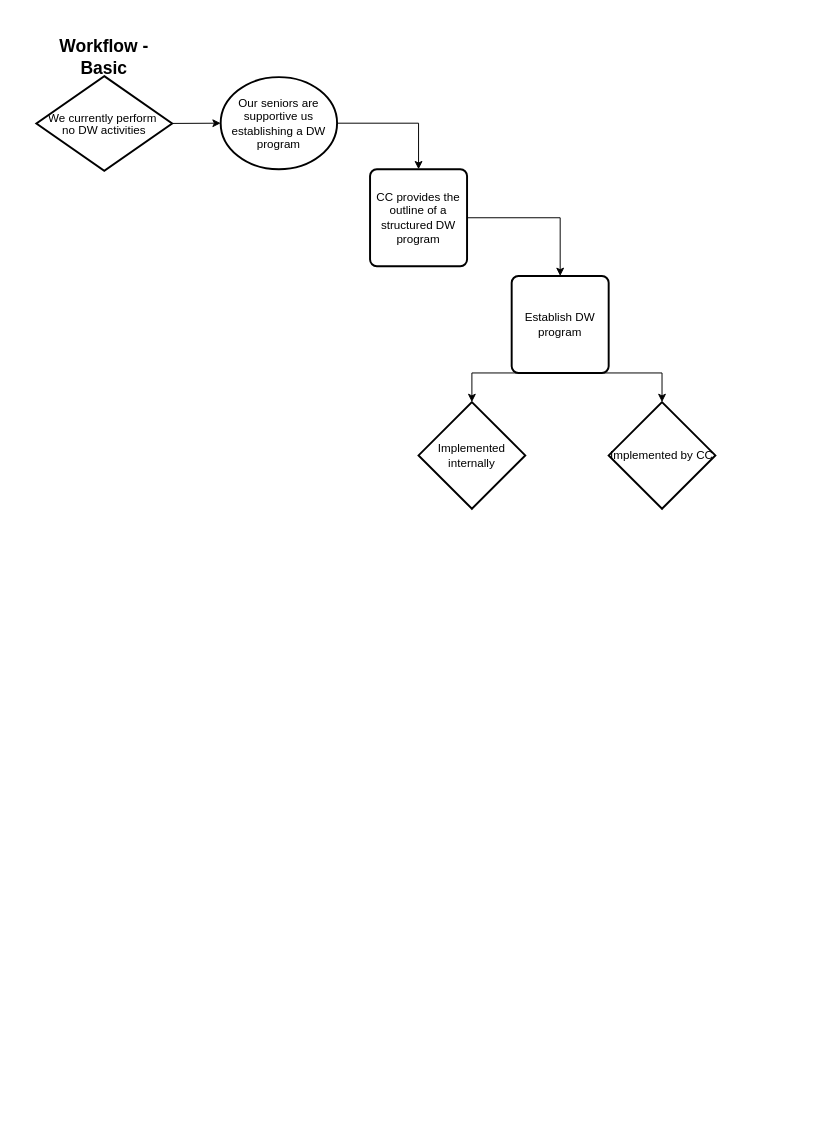
wondarider/DWSF keeps this draw.io diagram as Untitled Diagram.drawio. Above is the earlier version. Source tidied: cells renumbered, new cells numbered last; positions are measured from the earlier drawing's top-left corner, leaving out a move shared by most shapes. Both pictures are drawn from the tidied source at 97%, with x=0, y=0 at pixel (36, 43).
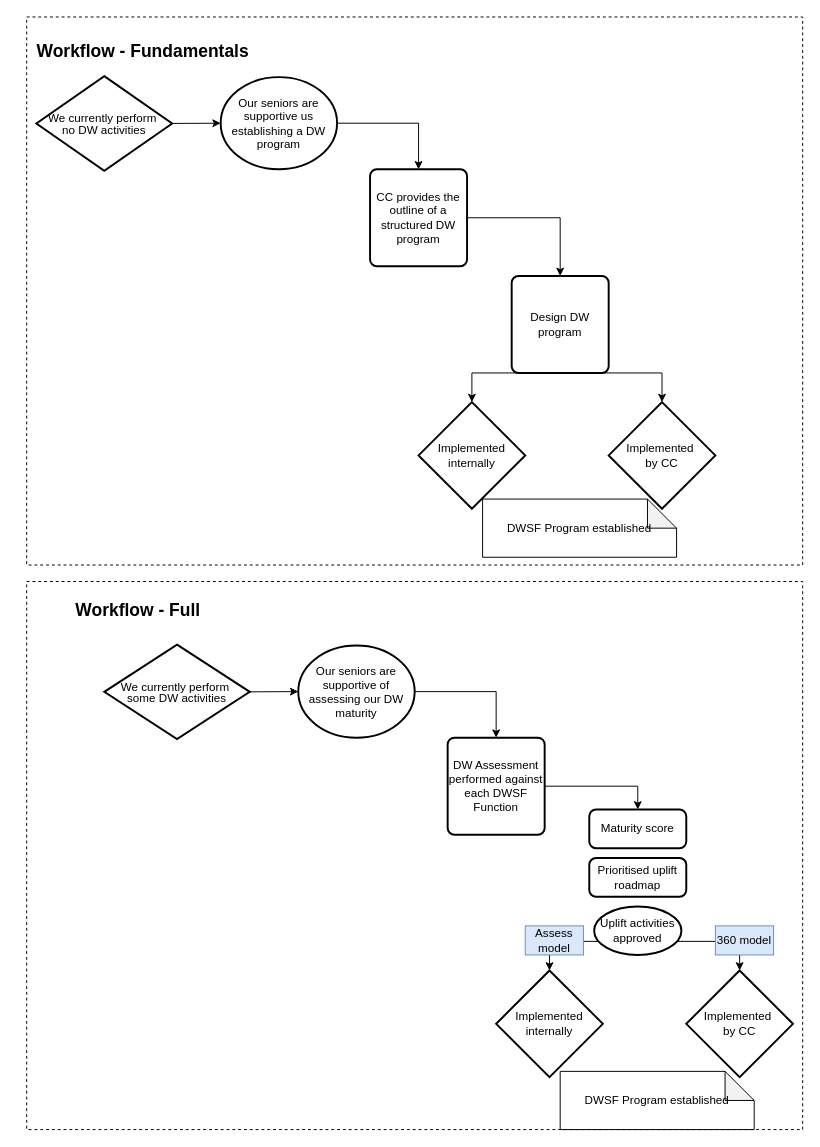
Above is the later version.

Commit message (it also covers changes not shown here):
DWSF Workflow

The edit, as a diff of the source:
```diff
@@
+    <mxCell id="13" style="rounded=0;whiteSpace=wrap;html=1;fillColor=none;dashed=1;" parent="1" vertex="1">
+      <mxGeometry x="-10" y="-27" width="800" height="565" as="geometry" />
+    </mxCell>
+    <mxCell id="14" style="rounded=0;whiteSpace=wrap;html=1;fillColor=none;dashed=1;" parent="1" vertex="1">
+      <mxGeometry x="-10" y="555" width="800" height="565" as="geometry" />
+    </mxCell>
@@
-    <mxCell id="8" value="&lt;span style=&quot;caret-color: rgb(0, 0, 0); color: rgb(0, 0, 0); font-family: Graphik; font-size: 12px; font-style: normal; font-variant-caps: normal; font-weight: 400; letter-spacing: normal; text-align: center; text-indent: 0px; text-transform: none; white-space: normal; word-spacing: 0px; -webkit-text-stroke-width: 0px; text-decoration: none; float: none; display: inline !important;&quot;&gt;Establish DW program&lt;/span&gt;" style="rounded=1;whiteSpace=wrap;html=1;absoluteArcSize=1;arcSize=14;strokeWidth=2;" parent="1" vertex="1">
+    <mxCell id="8" value="&lt;span style=&quot;caret-color: rgb(0, 0, 0); color: rgb(0, 0, 0); font-family: Graphik; font-size: 12px; font-style: normal; font-variant-caps: normal; font-weight: 400; letter-spacing: normal; text-align: center; text-indent: 0px; text-transform: none; white-space: normal; word-spacing: 0px; -webkit-text-stroke-width: 0px; text-decoration: none; float: none; display: inline !important;&quot;&gt;Design DW program&lt;/span&gt;" style="rounded=1;whiteSpace=wrap;html=1;absoluteArcSize=1;arcSize=14;strokeWidth=2;" parent="1" vertex="1">
       <mxGeometry x="490" y="240" width="100" height="100" as="geometry" />
     </mxCell>
-    <mxCell id="9" value="&lt;span style=&quot;caret-color: rgb(0, 0, 0); color: rgb(0, 0, 0); font-size: 12px; font-style: normal; font-variant-caps: normal; font-weight: 400; letter-spacing: normal; text-align: center; text-indent: 0px; text-transform: none; white-space: normal; word-spacing: 0px; -webkit-text-stroke-width: 0px; text-decoration: none; float: none; display: inline !important;&quot;&gt;Implemented by CC&lt;/span&gt;" style="strokeWidth=2;html=1;shape=mxgraph.flowchart.decision;whiteSpace=wrap;fontFamily=Graphik;" parent="1" vertex="1">
+    <mxCell id="9" value="&lt;span style=&quot;caret-color: rgb(0, 0, 0); color: rgb(0, 0, 0); font-size: 12px; font-style: normal; font-variant-caps: normal; font-weight: 400; letter-spacing: normal; text-align: center; text-indent: 0px; text-transform: none; white-space: normal; word-spacing: 0px; -webkit-text-stroke-width: 0px; text-decoration: none; float: none; display: inline !important;&quot;&gt;Implemented&amp;nbsp;&lt;/span&gt;&lt;div&gt;&lt;span style=&quot;caret-color: rgb(0, 0, 0); color: rgb(0, 0, 0); font-size: 12px; font-style: normal; font-variant-caps: normal; font-weight: 400; letter-spacing: normal; text-align: center; text-indent: 0px; text-transform: none; white-space: normal; word-spacing: 0px; -webkit-text-stroke-width: 0px; text-decoration: none; float: none; display: inline !important;&quot;&gt;by CC&lt;/span&gt;&lt;/div&gt;" style="strokeWidth=2;html=1;shape=mxgraph.flowchart.decision;whiteSpace=wrap;fontFamily=Graphik;" parent="1" vertex="1">
       <mxGeometry x="590" y="370" width="110" height="110" as="geometry" />
     </mxCell>
@@
-    <mxCell id="12" value="&lt;h2&gt;&lt;font face=&quot;Graphik&quot;&gt;Workflow - Basic&lt;/font&gt;&lt;/h2&gt;" style="text;html=1;whiteSpace=wrap;strokeColor=none;fillColor=none;align=center;verticalAlign=middle;rounded=0;" parent="1" vertex="1">
-      <mxGeometry width="140" height="30" as="geometry" />
+    <mxCell id="12" value="&lt;h2&gt;&lt;font face=&quot;Graphik&quot;&gt;Workflow - Fundamentals&lt;/font&gt;&lt;/h2&gt;" style="text;html=1;whiteSpace=wrap;strokeColor=none;fillColor=none;align=center;verticalAlign=middle;rounded=0;" parent="1" vertex="1">
+      <mxGeometry x="-20" y="-6" width="260" height="30" as="geometry" />
     </mxCell>
+    <mxCell id="15" value="&lt;div style=&quot;line-height: 0%;&quot;&gt;&lt;p&gt;&lt;font face=&quot;Graphik&quot;&gt;We currently perform&amp;nbsp;&lt;/font&gt;&lt;/p&gt;&lt;p&gt;&lt;font face=&quot;Graphik&quot;&gt;some DW activities&lt;/font&gt;&lt;/p&gt;&lt;/div&gt;" style="strokeWidth=2;html=1;shape=mxgraph.flowchart.decision;whiteSpace=wrap;" parent="1" vertex="1">
+      <mxGeometry x="70" y="620" width="150" height="97.5" as="geometry" />
+    </mxCell>
+    <mxCell id="16" style="edgeStyle=orthogonalEdgeStyle;rounded=0;jettySize=auto;html=1;exitX=1;exitY=0.5;exitDx=0;exitDy=0;exitPerimeter=0;entryX=0.5;entryY=0;entryDx=0;entryDy=0;" parent="1" edge="1" source="17" target="19">
+      <mxGeometry relative="1" as="geometry" />
+    </mxCell>
+    <mxCell id="17" value="&lt;p&gt;&lt;font face=&quot;Graphik&quot;&gt;Our seniors are supportive of assessing our DW maturity&lt;/font&gt;&lt;/p&gt;" style="strokeWidth=2;html=1;shape=mxgraph.flowchart.start_1;whiteSpace=wrap;" parent="1" vertex="1">
+      <mxGeometry x="270" y="621" width="120" height="95" as="geometry" />
+    </mxCell>
+    <mxCell id="18" style="rounded=0;jettySize=auto;html=1;exitX=1;exitY=0.5;exitDx=0;exitDy=0;edgeStyle=orthogonalEdgeStyle;entryX=0.5;entryY=0;entryDx=0;entryDy=0;" parent="1" edge="1" source="19" target="21">
+      <mxGeometry relative="1" as="geometry" />
+    </mxCell>
+    <mxCell id="19" value="&lt;p&gt;&lt;font face=&quot;Graphik&quot;&gt;DW Assessment performed against each DWSF Function&lt;/font&gt;&lt;/p&gt;" style="rounded=1;whiteSpace=wrap;html=1;absoluteArcSize=1;arcSize=14;strokeWidth=2;" parent="1" vertex="1">
+      <mxGeometry x="424" y="716" width="100" height="100" as="geometry" />
+    </mxCell>
+    <mxCell id="20" value="&lt;span style=&quot;caret-color: rgb(0, 0, 0); color: rgb(0, 0, 0); font-size: 12px; font-style: normal; font-variant-caps: normal; font-weight: 400; letter-spacing: normal; text-align: center; text-indent: 0px; text-transform: none; white-space: normal; word-spacing: 0px; -webkit-text-stroke-width: 0px; text-decoration: none; float: none; display: inline !important;&quot;&gt;Implemented internally&lt;/span&gt;" style="strokeWidth=2;html=1;shape=mxgraph.flowchart.decision;whiteSpace=wrap;fontFamily=Graphik;" parent="1" vertex="1">
+      <mxGeometry x="474" y="956" width="110" height="110" as="geometry" />
+    </mxCell>
+    <mxCell id="21" value="&lt;span style=&quot;caret-color: rgb(0, 0, 0); color: rgb(0, 0, 0); font-family: Graphik; font-size: 12px; font-style: normal; font-variant-caps: normal; font-weight: 400; letter-spacing: normal; text-align: center; text-indent: 0px; text-transform: none; white-space: normal; word-spacing: 0px; -webkit-text-stroke-width: 0px; text-decoration: none; float: none; display: inline !important;&quot;&gt;Maturity score&lt;/span&gt;" style="rounded=1;whiteSpace=wrap;html=1;absoluteArcSize=1;arcSize=14;strokeWidth=2;" parent="1" vertex="1">
+      <mxGeometry x="570" y="790" width="100" height="40" as="geometry" />
+    </mxCell>
+    <mxCell id="22" value="&lt;span style=&quot;caret-color: rgb(0, 0, 0); color: rgb(0, 0, 0); font-size: 12px; font-style: normal; font-variant-caps: normal; font-weight: 400; letter-spacing: normal; text-align: center; text-indent: 0px; text-transform: none; white-space: normal; word-spacing: 0px; -webkit-text-stroke-width: 0px; text-decoration: none; float: none; display: inline !important;&quot;&gt;Implemented&amp;nbsp;&lt;/span&gt;&lt;div&gt;&lt;span style=&quot;caret-color: rgb(0, 0, 0); color: rgb(0, 0, 0); font-size: 12px; font-style: normal; font-variant-caps: normal; font-weight: 400; letter-spacing: normal; text-align: center; text-indent: 0px; text-transform: none; white-space: normal; word-spacing: 0px; -webkit-text-stroke-width: 0px; text-decoration: none; float: none; display: inline !important;&quot;&gt;by CC&lt;/span&gt;&lt;/div&gt;" style="strokeWidth=2;html=1;shape=mxgraph.flowchart.decision;whiteSpace=wrap;fontFamily=Graphik;" parent="1" vertex="1">
+      <mxGeometry x="670" y="956" width="110" height="110" as="geometry" />
+    </mxCell>
+    <mxCell id="23" style="edgeStyle=none;rounded=0;jettySize=auto;html=1;exitX=1;exitY=0.5;exitDx=0;exitDy=0;exitPerimeter=0;entryX=0;entryY=0.5;entryDx=0;entryDy=0;entryPerimeter=0;" parent="1" edge="1" source="15" target="17">
+      <mxGeometry relative="1" as="geometry" />
+    </mxCell>
+    <mxCell id="24" style="edgeStyle=orthogonalEdgeStyle;rounded=0;jettySize=auto;html=1;exitX=0.5;exitY=0;exitDx=0;exitDy=0;entryX=0.5;entryY=0;entryDx=0;entryDy=0;entryPerimeter=0;exitPerimeter=0;startArrow=classic;startFill=1;" parent="1" edge="1" source="28" target="20">
+      <mxGeometry relative="1" as="geometry">
+        <Array as="points">
+          <mxPoint x="529" y="926" />
+        </Array>
+      </mxGeometry>
+    </mxCell>
+    <mxCell id="25" value="&lt;h2&gt;&lt;font face=&quot;Graphik&quot;&gt;Workflow - Full&lt;/font&gt;&lt;/h2&gt;" style="text;html=1;whiteSpace=wrap;strokeColor=none;fillColor=none;align=center;verticalAlign=middle;rounded=0;" parent="1" vertex="1">
+      <mxGeometry x="10" y="570" width="190" height="30" as="geometry" />
+    </mxCell>
+    <mxCell id="26" value="&lt;span style=&quot;caret-color: rgb(0, 0, 0); color: rgb(0, 0, 0); font-family: Graphik; font-size: 12px; font-style: normal; font-variant-caps: normal; font-weight: 400; letter-spacing: normal; text-align: center; text-indent: 0px; text-transform: none; white-space: normal; word-spacing: 0px; -webkit-text-stroke-width: 0px; text-decoration: none; float: none; display: inline !important;&quot;&gt;Prioritised uplift roadmap&lt;/span&gt;" style="rounded=1;whiteSpace=wrap;html=1;absoluteArcSize=1;arcSize=14;strokeWidth=2;" parent="1" vertex="1">
+      <mxGeometry x="570" y="840" width="100" height="40" as="geometry" />
+    </mxCell>
+    <mxCell id="27" style="edgeStyle=orthogonalEdgeStyle;rounded=0;jettySize=auto;html=1;exitX=0.5;exitY=0;exitDx=0;exitDy=0;entryX=0.5;entryY=0;entryDx=0;entryDy=0;entryPerimeter=0;exitPerimeter=0;startArrow=classic;startFill=1;" parent="1" edge="1" source="22" target="28">
+      <mxGeometry relative="1" as="geometry">
+        <Array as="points">
+          <mxPoint x="725" y="926" />
+        </Array>
+      </mxGeometry>
+    </mxCell>
+    <mxCell id="28" value="&lt;p&gt;&lt;font face=&quot;Graphik&quot;&gt;Uplift activities approved&lt;/font&gt;&lt;/p&gt;" style="strokeWidth=2;html=1;shape=mxgraph.flowchart.start_1;whiteSpace=wrap;" parent="1" vertex="1">
+      <mxGeometry x="575" y="890" width="90" height="50" as="geometry" />
+    </mxCell>
+    <mxCell id="29" value="&lt;p&gt;&lt;font face=&quot;Graphik&quot;&gt;DWSF Program established&lt;/font&gt;&lt;/p&gt;" style="shape=note;whiteSpace=wrap;html=1;backgroundOutline=1;darkOpacity=0.05;" parent="1" vertex="1">
+      <mxGeometry x="460" y="470" width="200" height="60" as="geometry" />
+    </mxCell>
+    <mxCell id="30" value="&lt;p&gt;&lt;font face=&quot;Graphik&quot;&gt;DWSF Program established&lt;/font&gt;&lt;/p&gt;" style="shape=note;whiteSpace=wrap;html=1;backgroundOutline=1;darkOpacity=0.05;" parent="1" vertex="1">
+      <mxGeometry x="540" y="1060" width="200" height="60" as="geometry" />
+    </mxCell>
+    <mxCell id="31" value="&lt;p&gt;&lt;font face=&quot;Graphik&quot;&gt;Assess model&lt;/font&gt;&lt;/p&gt;" style="text;html=1;whiteSpace=wrap;strokeColor=#6c8ebf;fillColor=#dae8fc;align=center;verticalAlign=middle;rounded=0;" parent="1" vertex="1">
+      <mxGeometry x="504" y="910" width="60" height="30" as="geometry" />
+    </mxCell>
+    <mxCell id="32" value="&lt;p&gt;&lt;font face=&quot;Graphik&quot;&gt;360 model&lt;/font&gt;&lt;/p&gt;" style="text;html=1;whiteSpace=wrap;strokeColor=#6c8ebf;fillColor=#dae8fc;align=center;verticalAlign=middle;rounded=0;" parent="1" vertex="1">
+      <mxGeometry x="700" y="910" width="60" height="30" as="geometry" />
+    </mxCell>
```
